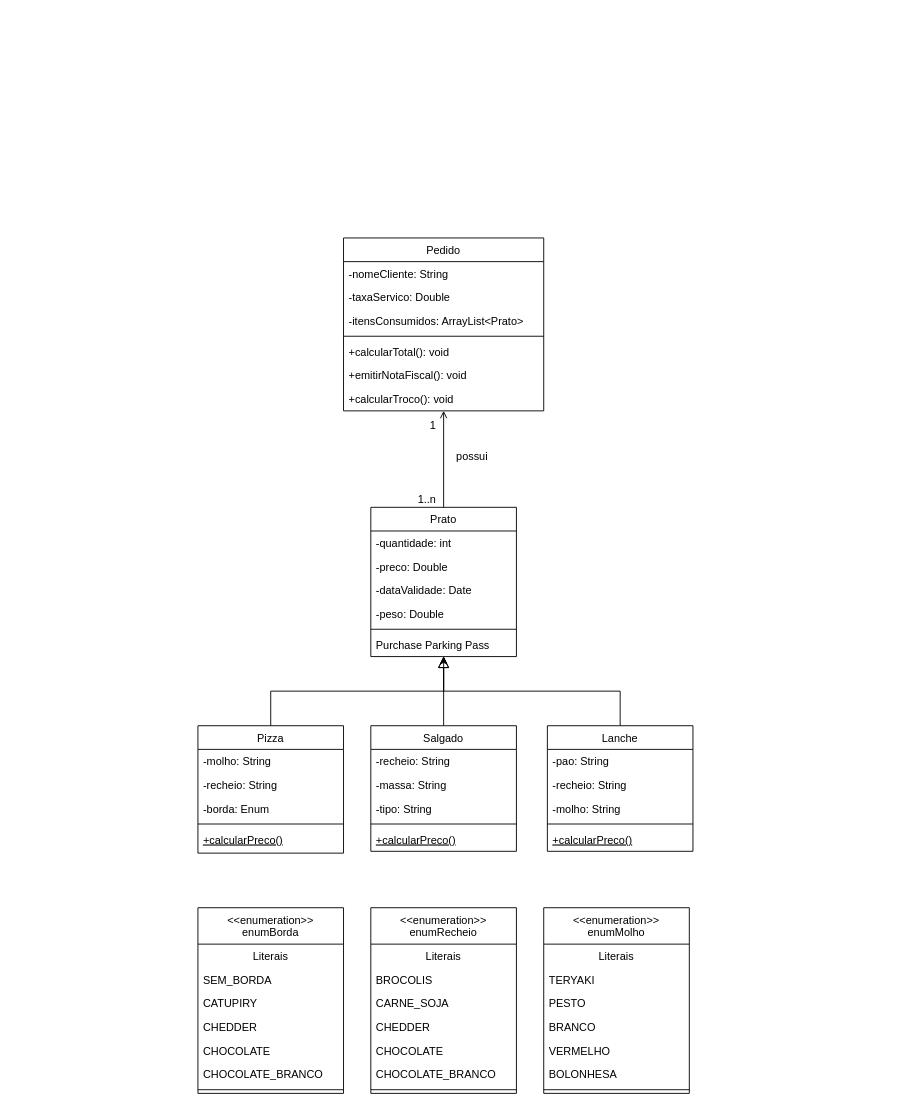
Earlier version of the draw.io diagram c001-java-review/poc-quase-tres-lacnhes.drawio (gabrieIbarboza/ifsp-api-and-microservice). Source tidied: cells renumbered, new cells numbered last; positions are measured from the earlier drawing's top-left corner, leaving out a move shared by most shapes. Both pictures are drawn from the tidied source at 91%, with x=0, y=0 at pixel (197, 238).
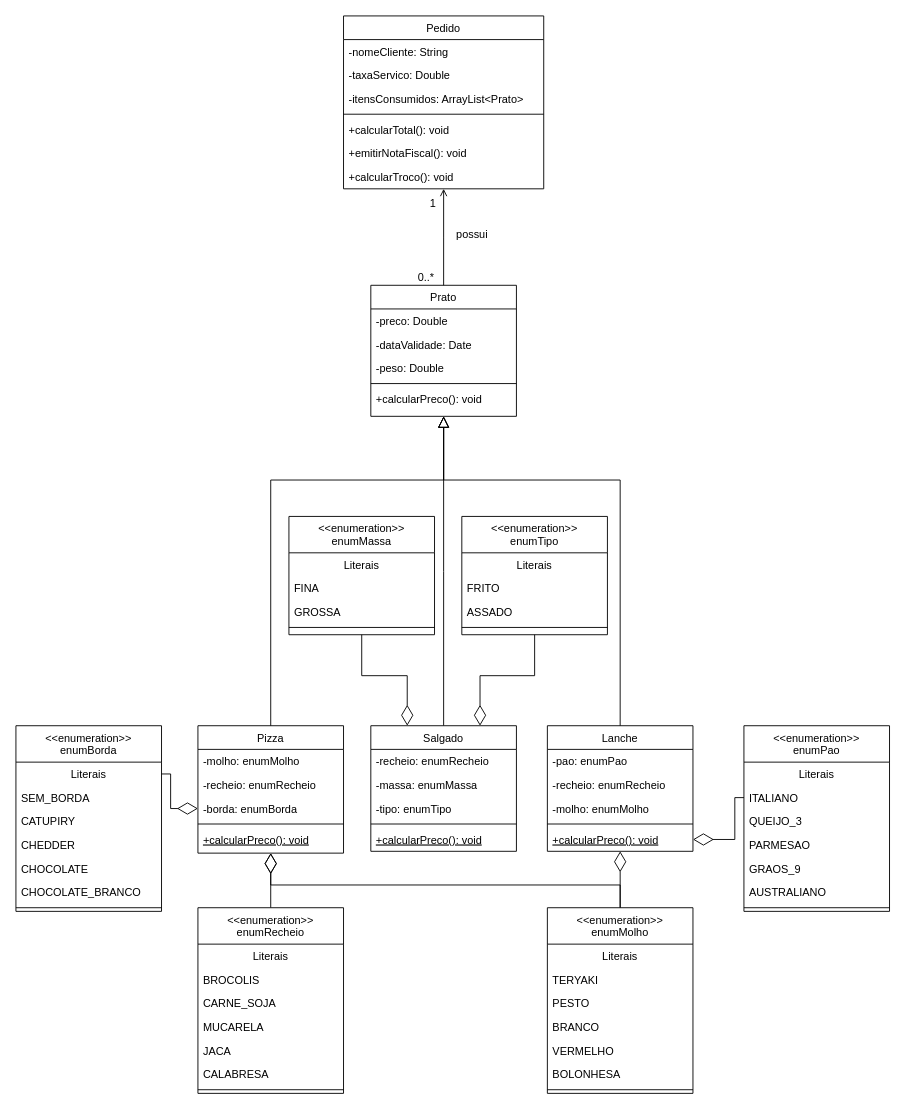
After the change.

Commit message:
✨ resolves class diagram

Unchanged cells that the change refers to:
```xml
<mxCell id="9" value="Pizza" style="swimlane;fontStyle=0;align=center;verticalAlign=top;horizontal=1;startSize=26;rounded=0;shadow=0;strokeWidth=1;" parent="1" vertex="1">
  <mxGeometry y="536" width="160" height="140" as="geometry" />
</mxCell>
<mxCell id="16" value="Lanche" style="swimlane;fontStyle=0;align=center;verticalAlign=top;horizontal=1;startSize=26;rounded=0;shadow=0;strokeWidth=1;" parent="1" vertex="1">
  <mxGeometry x="384" y="536" width="160" height="138" as="geometry" />
</mxCell>
<mxCell id="31" style="endArrow=open;shadow=0;strokeWidth=1;rounded=0;curved=0;endFill=1;edgeStyle=elbowEdgeStyle;elbow=vertical;" parent="1" edge="1" source="2" target="23">
  <mxGeometry x="0.5" y="41" relative="1" as="geometry">
    <mxPoint x="-40" y="32" as="offset" />
  </mxGeometry>
</mxCell>
<mxCell id="36" value="Salgado" style="swimlane;fontStyle=0;align=center;verticalAlign=top;horizontal=1;startSize=26;rounded=0;shadow=0;strokeWidth=1;" parent="1" vertex="1">
  <mxGeometry x="190" y="536" width="160" height="138" as="geometry" />
</mxCell>
<mxCell id="43" value="Literais" style="text;align=center;verticalAlign=top;spacingLeft=4;spacingRight=4;overflow=hidden;points=[[0,0.5],[1,0.5]];portConstraint=eastwest;" parent="42" vertex="1">
  <mxGeometry y="40" width="160" height="26" as="geometry" />
</mxCell>
```

Change to the diagram source:
```diff
@@
     <mxCell id="2" value="Prato" style="swimlane;fontStyle=0;align=center;verticalAlign=top;horizontal=1;startSize=26;rounded=0;shadow=0;strokeWidth=1;" parent="1" vertex="1">
-      <mxGeometry x="190" y="296" width="160" height="164" as="geometry" />
+      <mxGeometry x="190" y="52" width="160" height="144" as="geometry" />
     </mxCell>
-    <mxCell id="3" value="-quantidade: int" style="text;align=left;verticalAlign=top;spacingLeft=4;spacingRight=4;overflow=hidden;" parent="2" vertex="1">
-      <mxGeometry y="26" width="160" height="26" as="geometry" />
-    </mxCell>
     <mxCell id="4" value="-preco: Double" style="text;align=left;verticalAlign=top;spacingLeft=4;spacingRight=4;overflow=hidden;rounded=0;shadow=0;html=0;" parent="2" vertex="1">
-      <mxGeometry y="52" width="160" height="26" as="geometry" />
+      <mxGeometry y="26" width="160" height="26" as="geometry" />
     </mxCell>
     <mxCell id="5" value="-dataValidade: Date" style="text;align=left;verticalAlign=top;spacingLeft=4;spacingRight=4;overflow=hidden;rounded=0;shadow=0;html=0;" parent="2" vertex="1">
-      <mxGeometry y="78" width="160" height="26" as="geometry" />
+      <mxGeometry y="52" width="160" height="26" as="geometry" />
     </mxCell>
     <mxCell id="6" value="-peso: Double" style="text;align=left;verticalAlign=top;spacingLeft=4;spacingRight=4;overflow=hidden;rounded=0;shadow=0;html=0;" parent="2" vertex="1">
-      <mxGeometry y="104" width="160" height="26" as="geometry" />
+      <mxGeometry y="78" width="160" height="26" as="geometry" />
     </mxCell>
     <mxCell id="7" style="line;html=1;strokeWidth=1;align=left;verticalAlign=middle;spacingTop=-1;spacingLeft=3;spacingRight=3;labelPosition=right;" parent="2" vertex="1">
-      <mxGeometry y="130" width="160" height="8" as="geometry" />
+      <mxGeometry y="104" width="160" height="8" as="geometry" />
     </mxCell>
-    <mxCell id="8" value="Purchase Parking Pass" style="text;align=left;verticalAlign=top;spacingLeft=4;spacingRight=4;overflow=hidden;" parent="2" vertex="1">
-      <mxGeometry y="138" width="160" height="26" as="geometry" />
+    <mxCell id="8" value="+calcularPreco(): void" style="text;align=left;verticalAlign=top;spacingLeft=4;spacingRight=4;overflow=hidden;" parent="2" vertex="1">
+      <mxGeometry y="112" width="160" height="26" as="geometry" />
     </mxCell>
@@
-    <mxCell id="10" value="-molho: String" style="text;align=left;verticalAlign=top;spacingLeft=4;spacingRight=4;overflow=hidden;" parent="9" vertex="1">
+    <mxCell id="10" value="-molho: enumMolho" style="text;align=left;verticalAlign=top;spacingLeft=4;spacingRight=4;overflow=hidden;" parent="9" vertex="1">
       <mxGeometry y="26" width="160" height="26" as="geometry" />
     </mxCell>
-    <mxCell id="11" value="-recheio: String" style="text;align=left;verticalAlign=top;spacingLeft=4;spacingRight=4;overflow=hidden;rounded=0;shadow=0;html=0;" parent="9" vertex="1">
+    <mxCell id="11" value="-recheio: enumRecheio" style="text;align=left;verticalAlign=top;spacingLeft=4;spacingRight=4;overflow=hidden;rounded=0;shadow=0;html=0;" parent="9" vertex="1">
       <mxGeometry y="52" width="160" height="26" as="geometry" />
     </mxCell>
-    <mxCell id="12" value="-borda: Enum" style="text;align=left;verticalAlign=top;spacingLeft=4;spacingRight=4;overflow=hidden;points=[[0,0.5],[1,0.5]];portConstraint=eastwest;rounded=0;shadow=0;html=0;" parent="9" vertex="1">
+    <mxCell id="12" value="-borda: enumBorda" style="text;align=left;verticalAlign=top;spacingLeft=4;spacingRight=4;overflow=hidden;points=[[0,0.5],[1,0.5]];portConstraint=eastwest;rounded=0;shadow=0;html=0;" parent="9" vertex="1">
       <mxGeometry y="78" width="160" height="26" as="geometry" />
     </mxCell>
@@
-    <mxCell id="14" value="+calcularPreco()" style="text;align=left;verticalAlign=top;spacingLeft=4;spacingRight=4;overflow=hidden;fontStyle=4;" parent="9" vertex="1">
+    <mxCell id="14" value="+calcularPreco(): void" style="text;align=left;verticalAlign=top;spacingLeft=4;spacingRight=4;overflow=hidden;fontStyle=4;" parent="9" vertex="1">
       <mxGeometry y="112" width="160" height="26" as="geometry" />
     </mxCell>
     <mxCell id="15" style="endArrow=block;endSize=10;endFill=0;shadow=0;strokeWidth=1;rounded=0;curved=0;edgeStyle=elbowEdgeStyle;elbow=vertical;" parent="1" edge="1" source="9" target="2">
-      <mxGeometry relative="1" as="geometry" />
+      <mxGeometry relative="1" as="geometry">
+        <Array as="points">
+          <mxPoint x="270" y="266" />
+        </Array>
+      </mxGeometry>
     </mxCell>
@@
-    <mxCell id="17" value="-pao: String" style="text;align=left;verticalAlign=top;spacingLeft=4;spacingRight=4;overflow=hidden;rounded=0;shadow=0;html=0;" parent="16" vertex="1">
+    <mxCell id="17" value="-pao: enumPao" style="text;align=left;verticalAlign=top;spacingLeft=4;spacingRight=4;overflow=hidden;rounded=0;shadow=0;html=0;" parent="16" vertex="1">
       <mxGeometry y="26" width="160" height="26" as="geometry" />
     </mxCell>
-    <mxCell id="18" value="-recheio: String" style="text;align=left;verticalAlign=top;spacingLeft=4;spacingRight=4;overflow=hidden;rounded=0;shadow=0;html=0;" parent="16" vertex="1">
+    <mxCell id="18" value="-recheio: enumRecheio" style="text;align=left;verticalAlign=top;spacingLeft=4;spacingRight=4;overflow=hidden;rounded=0;shadow=0;html=0;" parent="16" vertex="1">
       <mxGeometry y="52" width="160" height="26" as="geometry" />
     </mxCell>
-    <mxCell id="19" value="-molho: String" style="text;align=left;verticalAlign=top;spacingLeft=4;spacingRight=4;overflow=hidden;" parent="16" vertex="1">
+    <mxCell id="19" value="-molho: enumMolho" style="text;align=left;verticalAlign=top;spacingLeft=4;spacingRight=4;overflow=hidden;" parent="16" vertex="1">
       <mxGeometry y="78" width="160" height="26" as="geometry" />
     </mxCell>
@@
-    <mxCell id="21" value="+calcularPreco()" style="text;align=left;verticalAlign=top;spacingLeft=4;spacingRight=4;overflow=hidden;fontStyle=4;" parent="16" vertex="1">
+    <mxCell id="21" value="+calcularPreco(): void" style="text;align=left;verticalAlign=top;spacingLeft=4;spacingRight=4;overflow=hidden;fontStyle=4;" parent="16" vertex="1">
       <mxGeometry y="112" width="160" height="26" as="geometry" />
     </mxCell>
     <mxCell id="22" style="endArrow=block;endSize=10;endFill=0;shadow=0;strokeWidth=1;rounded=0;curved=0;edgeStyle=elbowEdgeStyle;elbow=vertical;" parent="1" edge="1" source="16" target="2">
-      <mxGeometry relative="1" as="geometry" />
+      <mxGeometry relative="1" as="geometry">
+        <Array as="points">
+          <mxPoint x="360" y="266" />
+        </Array>
+      </mxGeometry>
     </mxCell>
     <mxCell id="23" value="Pedido" style="swimlane;fontStyle=0;align=center;verticalAlign=top;horizontal=1;startSize=26;rounded=0;shadow=0;strokeWidth=1;" parent="1" vertex="1">
-      <mxGeometry x="160" width="220" height="190" as="geometry" />
+      <mxGeometry x="160" y="-244" width="220" height="190" as="geometry" />
     </mxCell>
@@
-    <mxCell id="32" value="1..n" style="align=left;verticalAlign=bottom;labelBackgroundColor=none;fontSize=12;" parent="31" vertex="1">
+    <mxCell id="32" value="0..*" style="align=left;verticalAlign=bottom;labelBackgroundColor=none;fontSize=12;" parent="31" vertex="1">
       <mxGeometry x="-1" relative="1" as="geometry">
         <mxPoint x="-30" as="offset" />
       </mxGeometry>
     </mxCell>
@@
-    <mxCell id="35" style="edgeStyle=orthogonalEdgeStyle;rounded=0;jettySize=auto;html=1;exitX=0.5;exitY=0;exitDx=0;exitDy=0;" parent="1" edge="1" source="36" target="2">
-      <mxGeometry relative="1" as="geometry" />
+    <mxCell id="35" style="edgeStyle=orthogonalEdgeStyle;rounded=0;jettySize=auto;html=1;exitX=0.5;exitY=0;exitDx=0;exitDy=0;endArrow=block;endFill=0;endSize=10;" parent="1" edge="1" source="36">
+      <mxGeometry relative="1" as="geometry">
+        <mxPoint x="270" y="196" as="targetPoint" />
+      </mxGeometry>
     </mxCell>
@@
-    <mxCell id="37" value="-recheio: String" style="text;align=left;verticalAlign=top;spacingLeft=4;spacingRight=4;overflow=hidden;rounded=0;shadow=0;html=0;" parent="36" vertex="1">
+    <mxCell id="37" value="-recheio: enumRecheio" style="text;align=left;verticalAlign=top;spacingLeft=4;spacingRight=4;overflow=hidden;rounded=0;shadow=0;html=0;" parent="36" vertex="1">
       <mxGeometry y="26" width="160" height="26" as="geometry" />
     </mxCell>
-    <mxCell id="38" value="-massa: String" style="text;align=left;verticalAlign=top;spacingLeft=4;spacingRight=4;overflow=hidden;rounded=0;shadow=0;html=0;" parent="36" vertex="1">
+    <mxCell id="38" value="-massa: enumMassa" style="text;align=left;verticalAlign=top;spacingLeft=4;spacingRight=4;overflow=hidden;rounded=0;shadow=0;html=0;" parent="36" vertex="1">
       <mxGeometry y="52" width="160" height="26" as="geometry" />
     </mxCell>
-    <mxCell id="39" value="-tipo: String" style="text;align=left;verticalAlign=top;spacingLeft=4;spacingRight=4;overflow=hidden;rounded=0;shadow=0;html=0;" parent="36" vertex="1">
+    <mxCell id="39" value="-tipo: enumTipo" style="text;align=left;verticalAlign=top;spacingLeft=4;spacingRight=4;overflow=hidden;rounded=0;shadow=0;html=0;" parent="36" vertex="1">
       <mxGeometry y="78" width="160" height="26" as="geometry" />
     </mxCell>
@@
-    <mxCell id="41" value="+calcularPreco()" style="text;align=left;verticalAlign=top;spacingLeft=4;spacingRight=4;overflow=hidden;fontStyle=4;" parent="36" vertex="1">
+    <mxCell id="41" value="+calcularPreco(): void" style="text;align=left;verticalAlign=top;spacingLeft=4;spacingRight=4;overflow=hidden;fontStyle=4;" parent="36" vertex="1">
       <mxGeometry y="112" width="160" height="26" as="geometry" />
     </mxCell>
     <mxCell id="42" value="&lt;&lt;enumeration&gt;&gt;&#10;enumBorda" style="swimlane;fontStyle=0;align=center;verticalAlign=top;horizontal=1;startSize=40;rounded=0;shadow=0;strokeWidth=1;" parent="1" vertex="1">
-      <mxGeometry y="736" width="160" height="204" as="geometry" />
+      <mxGeometry x="-200" y="536" width="160" height="204" as="geometry" />
     </mxCell>
@@
+    <mxCell id="66" style="edgeStyle=orthogonalEdgeStyle;rounded=0;jettySize=auto;html=1;exitX=0.5;exitY=0;exitDx=0;exitDy=0;endArrow=diamondThin;startFill=0;endFill=0;endSize=20;" parent="1" edge="1" source="50" target="9">
+      <mxGeometry relative="1" as="geometry" />
+    </mxCell>
     <mxCell id="50" value="&lt;&lt;enumeration&gt;&gt;&#10;enumRecheio" style="swimlane;fontStyle=0;align=center;verticalAlign=top;horizontal=1;startSize=40;rounded=0;shadow=0;strokeWidth=1;" parent="1" vertex="1">
-      <mxGeometry x="190" y="736" width="160" height="204" as="geometry" />
+      <mxGeometry y="736" width="160" height="204" as="geometry" />
     </mxCell>
@@
-    <mxCell id="54" value="CHEDDER" style="text;align=left;verticalAlign=top;spacingLeft=4;spacingRight=4;overflow=hidden;rounded=0;shadow=0;html=0;" parent="50" vertex="1">
+    <mxCell id="54" value="MUCARELA" style="text;align=left;verticalAlign=top;spacingLeft=4;spacingRight=4;overflow=hidden;rounded=0;shadow=0;html=0;" parent="50" vertex="1">
       <mxGeometry y="118" width="160" height="26" as="geometry" />
     </mxCell>
-    <mxCell id="55" value="CHOCOLATE" style="text;align=left;verticalAlign=top;spacingLeft=4;spacingRight=4;overflow=hidden;rounded=0;shadow=0;html=0;" parent="50" vertex="1">
+    <mxCell id="55" value="JACA" style="text;align=left;verticalAlign=top;spacingLeft=4;spacingRight=4;overflow=hidden;rounded=0;shadow=0;html=0;" parent="50" vertex="1">
       <mxGeometry y="144" width="160" height="26" as="geometry" />
     </mxCell>
-    <mxCell id="56" value="CHOCOLATE_BRANCO" style="text;align=left;verticalAlign=top;spacingLeft=4;spacingRight=4;overflow=hidden;rounded=0;shadow=0;html=0;" parent="50" vertex="1">
+    <mxCell id="56" value="CALABRESA" style="text;align=left;verticalAlign=top;spacingLeft=4;spacingRight=4;overflow=hidden;rounded=0;shadow=0;html=0;" parent="50" vertex="1">
       <mxGeometry y="170" width="160" height="26" as="geometry" />
     </mxCell>
@@
+    <mxCell id="67" style="edgeStyle=orthogonalEdgeStyle;rounded=0;jettySize=auto;html=1;exitX=0.5;exitY=0;exitDx=0;exitDy=0;endArrow=diamondThin;endFill=0;endSize=20;" parent="1" edge="1" source="58" target="16">
+      <mxGeometry relative="1" as="geometry" />
+    </mxCell>
     <mxCell id="58" value="&lt;&lt;enumeration&gt;&gt;&#10;enumMolho" style="swimlane;fontStyle=0;align=center;verticalAlign=top;horizontal=1;startSize=40;rounded=0;shadow=0;strokeWidth=1;" parent="1" vertex="1">
-      <mxGeometry x="380" y="736" width="160" height="204" as="geometry" />
+      <mxGeometry x="384" y="736" width="160" height="204" as="geometry" />
     </mxCell>
@@
+    <mxCell id="68" value="&lt;&lt;enumeration&gt;&gt;&#10;enumPao" style="swimlane;fontStyle=0;align=center;verticalAlign=top;horizontal=1;startSize=40;rounded=0;shadow=0;strokeWidth=1;" parent="1" vertex="1">
+      <mxGeometry x="600" y="536" width="160" height="204" as="geometry" />
+    </mxCell>
+    <mxCell id="69" value="Literais" style="text;align=center;verticalAlign=top;spacingLeft=4;spacingRight=4;overflow=hidden;" parent="68" vertex="1">
+      <mxGeometry y="40" width="160" height="26" as="geometry" />
+    </mxCell>
+    <mxCell id="70" value="ITALIANO" style="text;align=left;verticalAlign=top;spacingLeft=4;spacingRight=4;overflow=hidden;points=[[0,0.5],[1,0.5]];portConstraint=eastwest;rounded=0;shadow=0;html=0;" parent="68" vertex="1">
+      <mxGeometry y="66" width="160" height="26" as="geometry" />
+    </mxCell>
+    <mxCell id="71" value="QUEIJO_3" style="text;align=left;verticalAlign=top;spacingLeft=4;spacingRight=4;overflow=hidden;rounded=0;shadow=0;html=0;" parent="68" vertex="1">
+      <mxGeometry y="92" width="160" height="26" as="geometry" />
+    </mxCell>
+    <mxCell id="72" value="PARMESAO" style="text;align=left;verticalAlign=top;spacingLeft=4;spacingRight=4;overflow=hidden;rounded=0;shadow=0;html=0;" parent="68" vertex="1">
+      <mxGeometry y="118" width="160" height="26" as="geometry" />
+    </mxCell>
+    <mxCell id="73" value="GRAOS_9" style="text;align=left;verticalAlign=top;spacingLeft=4;spacingRight=4;overflow=hidden;rounded=0;shadow=0;html=0;" parent="68" vertex="1">
+      <mxGeometry y="144" width="160" height="26" as="geometry" />
+    </mxCell>
+    <mxCell id="74" value="AUSTRALIANO" style="text;align=left;verticalAlign=top;spacingLeft=4;spacingRight=4;overflow=hidden;rounded=0;shadow=0;html=0;" parent="68" vertex="1">
+      <mxGeometry y="170" width="160" height="26" as="geometry" />
+    </mxCell>
+    <mxCell id="75" style="line;html=1;strokeWidth=1;align=left;verticalAlign=middle;spacingTop=-1;spacingLeft=3;spacingRight=3;labelPosition=right;" parent="68" vertex="1">
+      <mxGeometry y="196" width="160" height="8" as="geometry" />
+    </mxCell>
+    <mxCell id="76" style="edgeStyle=orthogonalEdgeStyle;rounded=0;jettySize=auto;html=1;exitX=0.5;exitY=1;exitDx=0;exitDy=0;entryX=0.25;entryY=0;entryDx=0;entryDy=0;endArrow=diamondThin;endFill=0;endSize=20;" parent="1" edge="1" source="77" target="36">
+      <mxGeometry relative="1" as="geometry" />
+    </mxCell>
+    <mxCell id="77" value="&lt;&lt;enumeration&gt;&gt;&#10;enumMassa" style="swimlane;fontStyle=0;align=center;verticalAlign=top;horizontal=1;startSize=40;rounded=0;shadow=0;strokeWidth=1;" parent="1" vertex="1">
+      <mxGeometry x="100" y="306" width="160" height="130" as="geometry" />
+    </mxCell>
+    <mxCell id="78" value="Literais" style="text;align=center;verticalAlign=top;spacingLeft=4;spacingRight=4;overflow=hidden;" parent="77" vertex="1">
+      <mxGeometry y="40" width="160" height="26" as="geometry" />
+    </mxCell>
+    <mxCell id="79" value="FINA" style="text;align=left;verticalAlign=top;spacingLeft=4;spacingRight=4;overflow=hidden;rounded=0;shadow=0;html=0;" parent="77" vertex="1">
+      <mxGeometry y="66" width="160" height="26" as="geometry" />
+    </mxCell>
+    <mxCell id="80" value="GROSSA" style="text;align=left;verticalAlign=top;spacingLeft=4;spacingRight=4;overflow=hidden;rounded=0;shadow=0;html=0;" parent="77" vertex="1">
+      <mxGeometry y="92" width="160" height="26" as="geometry" />
+    </mxCell>
+    <mxCell id="81" style="line;html=1;strokeWidth=1;align=left;verticalAlign=middle;spacingTop=-1;spacingLeft=3;spacingRight=3;labelPosition=right;" parent="77" vertex="1">
+      <mxGeometry y="118" width="160" height="8" as="geometry" />
+    </mxCell>
+    <mxCell id="82" style="edgeStyle=orthogonalEdgeStyle;rounded=0;jettySize=auto;html=1;exitX=0.5;exitY=1;exitDx=0;exitDy=0;entryX=0.75;entryY=0;entryDx=0;entryDy=0;endArrow=diamondThin;endFill=0;endSize=20;" parent="1" edge="1" source="83" target="36">
+      <mxGeometry relative="1" as="geometry" />
+    </mxCell>
+    <mxCell id="83" value="&lt;&lt;enumeration&gt;&gt;&#10;enumTipo" style="swimlane;fontStyle=0;align=center;verticalAlign=top;horizontal=1;startSize=40;rounded=0;shadow=0;strokeWidth=1;" parent="1" vertex="1">
+      <mxGeometry x="290" y="306" width="160" height="130" as="geometry" />
+    </mxCell>
+    <mxCell id="84" value="Literais" style="text;align=center;verticalAlign=top;spacingLeft=4;spacingRight=4;overflow=hidden;" parent="83" vertex="1">
+      <mxGeometry y="40" width="160" height="26" as="geometry" />
+    </mxCell>
+    <mxCell id="85" value="FRITO" style="text;align=left;verticalAlign=top;spacingLeft=4;spacingRight=4;overflow=hidden;rounded=0;shadow=0;html=0;" parent="83" vertex="1">
+      <mxGeometry y="66" width="160" height="26" as="geometry" />
+    </mxCell>
+    <mxCell id="86" value="ASSADO" style="text;align=left;verticalAlign=top;spacingLeft=4;spacingRight=4;overflow=hidden;rounded=0;shadow=0;html=0;" parent="83" vertex="1">
+      <mxGeometry y="92" width="160" height="26" as="geometry" />
+    </mxCell>
+    <mxCell id="87" style="line;html=1;strokeWidth=1;align=left;verticalAlign=middle;spacingTop=-1;spacingLeft=3;spacingRight=3;labelPosition=right;" parent="83" vertex="1">
+      <mxGeometry y="118" width="160" height="8" as="geometry" />
+    </mxCell>
+    <mxCell id="88" style="edgeStyle=orthogonalEdgeStyle;rounded=0;jettySize=auto;html=1;exitX=0.5;exitY=0;exitDx=0;exitDy=0;endArrow=diamondThin;endFill=0;endSize=20;" parent="1" edge="1" source="58" target="9">
+      <mxGeometry relative="1" as="geometry" />
+    </mxCell>
+    <mxCell id="89" style="edgeStyle=orthogonalEdgeStyle;rounded=0;jettySize=auto;html=1;endArrow=diamondThin;endFill=0;endSize=20;" parent="1" edge="1" source="70" target="16">
+      <mxGeometry relative="1" as="geometry">
+        <Array as="points">
+          <mxPoint x="590" y="615" />
+          <mxPoint x="590" y="661" />
+        </Array>
+      </mxGeometry>
+    </mxCell>
+    <mxCell id="90" style="edgeStyle=orthogonalEdgeStyle;rounded=0;jettySize=auto;html=1;endArrow=diamondThin;endFill=0;endSize=20;" parent="1" edge="1" source="43" target="12">
+      <mxGeometry relative="1" as="geometry">
+        <Array as="points">
+          <mxPoint x="-30" y="589" />
+          <mxPoint x="-30" y="627" />
+        </Array>
+      </mxGeometry>
+    </mxCell>
```
